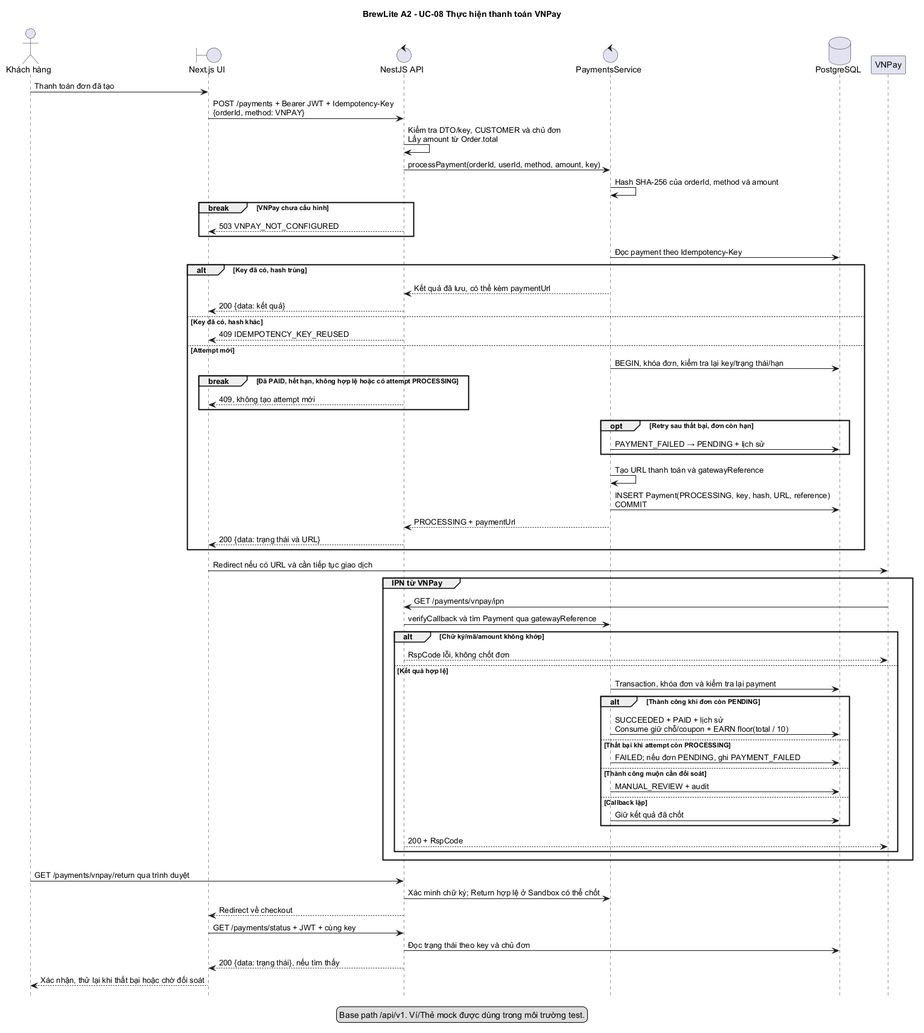
Fatcatmmb-sudo/BrewLite_A2 keeps this PlantUML diagram as docs/diagrams/sequence-payment.png. Above is the earlier version.
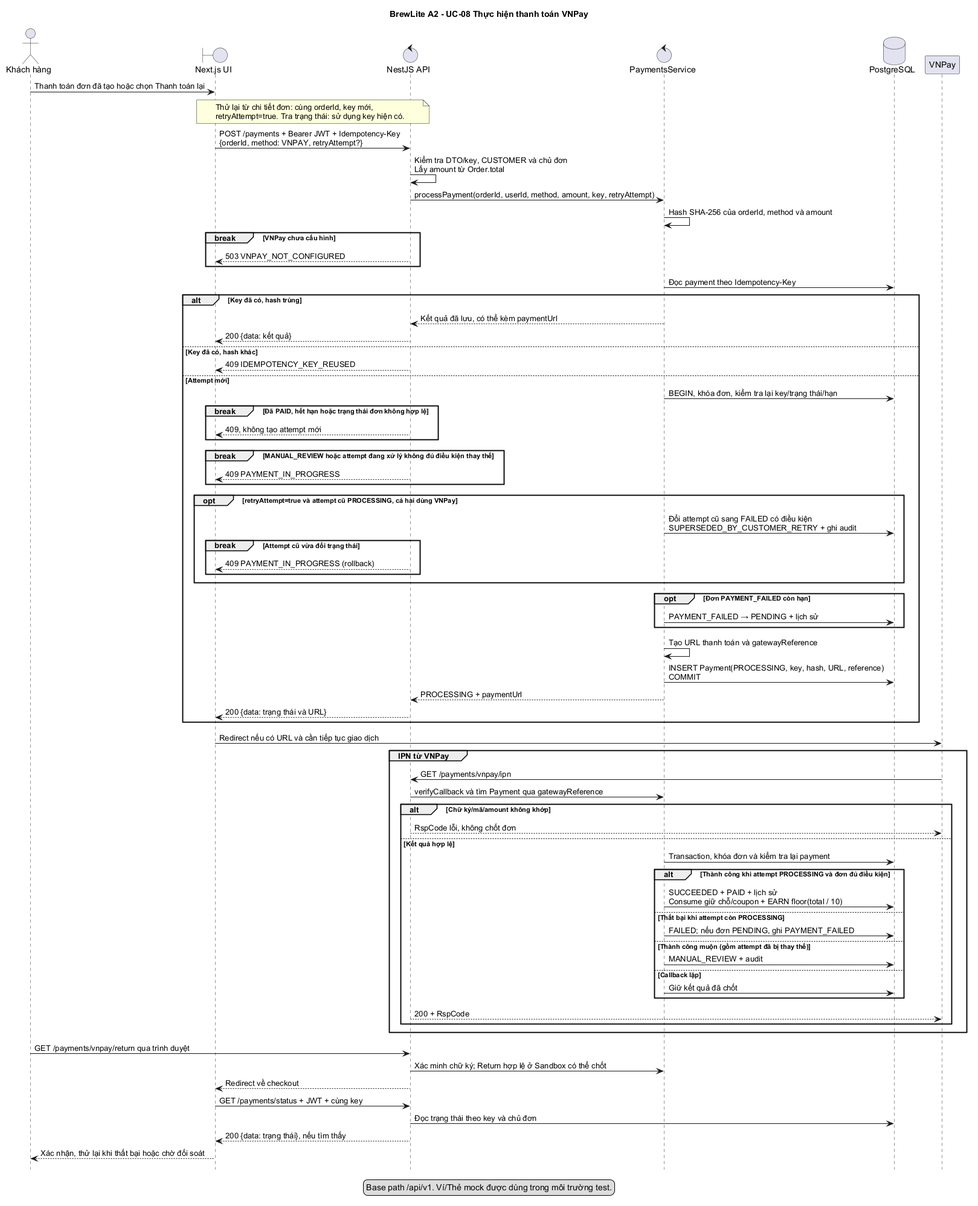
After the commit.

Diff of the diagram source:
```diff
@@ -10,10 +10,14 @@
 database "PostgreSQL" as DB
 participant "VNPay" as VN
 
-Customer -> UI: Thanh toán đơn đã tạo
-UI -> API: POST /payments + Bearer JWT + Idempotency-Key\n{orderId, method: VNPAY}
+Customer -> UI: Thanh toán đơn đã tạo hoặc chọn Thanh toán lại
+note over UI, API
+  Thử lại từ chi tiết đơn: cùng orderId, key mới,
+  retryAttempt=true. Tra trạng thái: sử dụng key hiện có.
+end note
+UI -> API: POST /payments + Bearer JWT + Idempotency-Key\n{orderId, method: VNPAY, retryAttempt?}
 API -> API: Kiểm tra DTO/key, CUSTOMER và chủ đơn\nLấy amount từ Order.total
-API -> Pay: processPayment(orderId, userId, method, amount, key)
+API -> Pay: processPayment(orderId, userId, method, amount, key, retryAttempt)
 Pay -> Pay: Hash SHA-256 của orderId, method và amount
 break VNPay chưa cấu hình
   API --> UI: 503 VNPAY_NOT_CONFIGURED
@@ -26,10 +30,19 @@
   API --> UI: 409 IDEMPOTENCY_KEY_REUSED
 else Attempt mới
   Pay -> DB: BEGIN, khóa đơn, kiểm tra lại key/trạng thái/hạn
-  break Đã PAID, hết hạn, không hợp lệ hoặc có attempt PROCESSING
+  break Đã PAID, hết hạn hoặc trạng thái đơn không hợp lệ
     API --> UI: 409, không tạo attempt mới
   end
-  opt Retry sau thất bại, đơn còn hạn
+  break MANUAL_REVIEW hoặc attempt đang xử lý không đủ điều kiện thay thế
+    API --> UI: 409 PAYMENT_IN_PROGRESS
+  end
+  opt retryAttempt=true và attempt cũ PROCESSING, cả hai dùng VNPay
+    Pay -> DB: Đổi attempt cũ sang FAILED có điều kiện\nSUPERSEDED_BY_CUSTOMER_RETRY + ghi audit
+    break Attempt cũ vừa đổi trạng thái
+      API --> UI: 409 PAYMENT_IN_PROGRESS (rollback)
+    end
+  end
+  opt Đơn PAYMENT_FAILED còn hạn
     Pay -> DB: PAYMENT_FAILED → PENDING + lịch sử
   end
   Pay -> Pay: Tạo URL thanh toán và gatewayReference
@@ -46,11 +59,11 @@
     API --> VN: RspCode lỗi, không chốt đơn
   else Kết quả hợp lệ
     Pay -> DB: Transaction, khóa đơn và kiểm tra lại payment
-    alt Thành công khi đơn còn PENDING
+    alt Thành công khi attempt PROCESSING và đơn đủ điều kiện
       Pay -> DB: SUCCEEDED + PAID + lịch sử\nConsume giữ chỗ/coupon + EARN floor(total / 10)
     else Thất bại khi attempt còn PROCESSING
       Pay -> DB: FAILED; nếu đơn PENDING, ghi PAYMENT_FAILED
-    else Thành công muộn cần đối soát
+    else Thành công muộn (gồm attempt đã bị thay thế)
       Pay -> DB: MANUAL_REVIEW + audit
     else Callback lặp
       Pay -> DB: Giữ kết quả đã chốt
```
